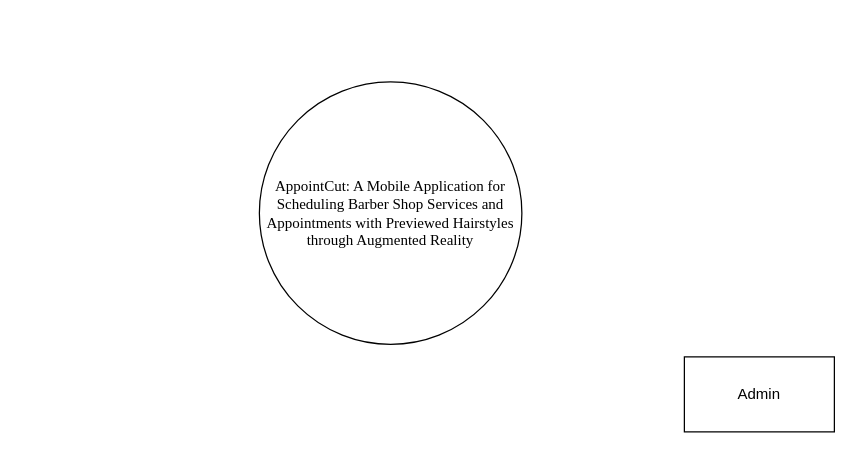
Before: page "CFD-Admin" (2 of 2) of Diagrams/Context.drawio in iampotato16/AppointCut, a draw.io diagram. Source tidied: cells renumbered, new cells numbered last; positions are measured from the earlier drawing's top-left corner, leaving out a move shared by most shapes. Both pictures are drawn from the tidied source at 125%, with x=0, y=0 at pixel (259, 81).
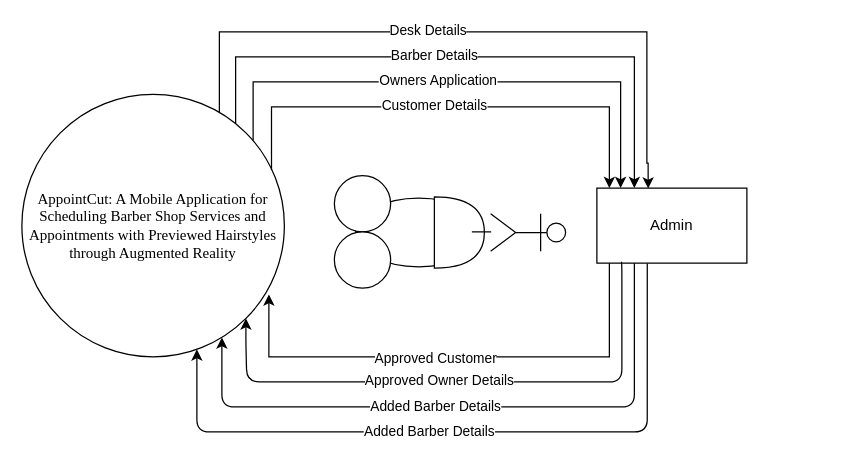
After the change.

Change to the diagram source:
```diff
@@
     <mxCell id="2" value="&lt;font style=&quot;font-size: 12px&quot;&gt;&lt;span style=&quot;font-family: &amp;#34;times new roman&amp;#34; ; color: rgb(0 , 0 , 0) ; background-color: transparent ; font-style: normal ; font-variant: normal ; text-decoration: none ; vertical-align: baseline&quot; id=&quot;docs-internal-guid-279cb4f7-7fff-44b1-516b-acc277abbe0b&quot;&gt;AppointCut: A Mobile Application for Scheduling Barber Shop Services and Appointments with Previewed Hairstyles through Augmented Reality&lt;/span&gt;&lt;/font&gt;" style="ellipse;whiteSpace=wrap;html=1;" parent="1" vertex="1">
-      <mxGeometry width="210" height="210" as="geometry" />
+      <mxGeometry x="-190" y="10" width="210" height="210" as="geometry" />
     </mxCell>
     <mxCell id="3" value="Admin" style="rounded=0;whiteSpace=wrap;html=1;fontSize=12;" parent="1" vertex="1">
-      <mxGeometry x="340" y="220" width="120" height="60" as="geometry" />
+      <mxGeometry x="270" y="85" width="120" height="60" as="geometry" />
     </mxCell>
+    <mxCell id="4" style="endArrow=classic;html=1;rounded=0;edgeStyle=orthogonalEdgeStyle;exitX=0.951;exitY=0.289;exitDx=0;exitDy=0;exitPerimeter=0;" parent="1" edge="1" source="2" target="3">
+      <mxGeometry relative="1" as="geometry">
+        <Array as="points">
+          <mxPoint x="10" y="20" />
+          <mxPoint x="280" y="20" />
+        </Array>
+      </mxGeometry>
+    </mxCell>
+    <mxCell id="5" value="Customer Details" style="edgeLabel;html=1;align=center;verticalAlign=middle;" parent="4" vertex="1">
+      <mxGeometry x="-0.31" y="2" relative="1" as="geometry">
+        <mxPoint x="47" as="offset" />
+      </mxGeometry>
+    </mxCell>
+    <mxCell id="6" style="endArrow=none;html=1;rounded=0;edgeStyle=orthogonalEdgeStyle;endFill=0;startArrow=classic;startFill=1;exitX=0.941;exitY=0.762;exitDx=0;exitDy=0;exitPerimeter=0;" parent="1" edge="1" source="2" target="3">
+      <mxGeometry relative="1" as="geometry">
+        <Array as="points">
+          <mxPoint x="8" y="220" />
+          <mxPoint x="280" y="220" />
+        </Array>
+      </mxGeometry>
+    </mxCell>
+    <mxCell id="7" value="Approved Customer" style="edgeLabel;html=1;align=center;verticalAlign=middle;" parent="6" vertex="1">
+      <mxGeometry x="-0.13" y="-2" relative="1" as="geometry">
+        <mxPoint x="10" y="-2" as="offset" />
+      </mxGeometry>
+    </mxCell>
+    <mxCell id="8" style="endArrow=none;html=1;rounded=1;edgeStyle=orthogonalEdgeStyle;exitX=1;exitY=1;exitDx=0;exitDy=0;startArrow=classic;startFill=1;endFill=0;entryX=0.164;entryY=0.981;entryDx=0;entryDy=0;entryPerimeter=0;" parent="1" edge="1" source="2" target="3">
+      <mxGeometry relative="1" as="geometry">
+        <Array as="points">
+          <mxPoint x="-11" y="210" />
+          <mxPoint x="-10" y="210" />
+          <mxPoint x="-10" y="240" />
+          <mxPoint x="290" y="240" />
+          <mxPoint x="290" y="148" />
+        </Array>
+      </mxGeometry>
+    </mxCell>
+    <mxCell id="9" value="Approved Owner Details" style="edgeLabel;html=1;align=center;verticalAlign=middle;" parent="8" vertex="1">
+      <mxGeometry x="-0.14" y="2" relative="1" as="geometry">
+        <mxPoint x="12" as="offset" />
+      </mxGeometry>
+    </mxCell>
+    <mxCell id="10" style="endArrow=classic;html=1;rounded=0;edgeStyle=orthogonalEdgeStyle;endFill=1;startArrow=none;startFill=0;strokeColor=default;" parent="1" edge="1" source="2" target="3">
+      <mxGeometry relative="1" as="geometry">
+        <Array as="points">
+          <mxPoint x="-5" />
+          <mxPoint x="289" />
+        </Array>
+      </mxGeometry>
+    </mxCell>
+    <mxCell id="11" value="Owners Application" style="edgeLabel;html=1;align=center;verticalAlign=middle;" parent="10" vertex="1">
+      <mxGeometry x="-0.31" y="2" relative="1" as="geometry">
+        <mxPoint x="47" as="offset" />
+      </mxGeometry>
+    </mxCell>
+    <mxCell id="12" style="ellipse;whiteSpace=wrap;html=1;direction=south;rotation=90;" parent="1" vertex="1">
+      <mxGeometry x="100" y="70" width="55" height="101" as="geometry" />
+    </mxCell>
+    <mxCell id="13" style="ellipse;whiteSpace=wrap;html=1;" parent="1" vertex="1">
+      <mxGeometry x="60" y="75" width="45" height="45" as="geometry" />
+    </mxCell>
+    <mxCell id="14" style="ellipse;whiteSpace=wrap;html=1;" parent="1" vertex="1">
+      <mxGeometry x="60" y="120" width="45" height="45" as="geometry" />
+    </mxCell>
+    <mxCell id="15" style="shape=umlActor;verticalLabelPosition=bottom;verticalAlign=top;html=1;rotation=90;" parent="1" vertex="1">
+      <mxGeometry x="200" y="90.5" width="30" height="60" as="geometry" />
+    </mxCell>
+    <mxCell id="16" style="endArrow=classic;html=1;rounded=1;edgeStyle=orthogonalEdgeStyle;exitX=0.25;exitY=1;exitDx=0;exitDy=0;" parent="1" edge="1" source="3" target="2">
+      <mxGeometry relative="1" as="geometry">
+        <Array as="points">
+          <mxPoint x="300" y="260" />
+          <mxPoint x="-30" y="260" />
+        </Array>
+      </mxGeometry>
+    </mxCell>
+    <mxCell id="17" value="Added Barber Details" style="edgeLabel;html=1;align=center;verticalAlign=middle;" parent="16" vertex="1">
+      <mxGeometry x="0.16" y="-1" relative="1" as="geometry">
+        <mxPoint x="15" as="offset" />
+      </mxGeometry>
+    </mxCell>
+    <mxCell id="18" style="shape=or;whiteSpace=wrap;html=1;" parent="1" vertex="1">
+      <mxGeometry x="140" y="92" width="40" height="57" as="geometry" />
+    </mxCell>
+    <mxCell id="19" style="endArrow=none;html=1;rounded=1;edgeStyle=orthogonalEdgeStyle;" parent="1" edge="1">
+      <mxGeometry relative="1" as="geometry">
+        <mxPoint x="170" y="120" as="sourcePoint" />
+        <mxPoint x="170" y="120" as="targetPoint" />
+        <Array as="points">
+          <mxPoint x="190" y="120" />
+          <mxPoint x="170" y="120" />
+        </Array>
+      </mxGeometry>
+    </mxCell>
+    <mxCell id="20" style="endArrow=classic;html=1;rounded=0;edgeStyle=orthogonalEdgeStyle;endFill=1;startArrow=none;startFill=0;entryX=0.25;entryY=0;entryDx=0;entryDy=0;" parent="1" edge="1" source="2" target="3">
+      <mxGeometry relative="1" as="geometry">
+        <Array as="points">
+          <mxPoint x="-19" y="-20" />
+          <mxPoint x="300" y="-20" />
+        </Array>
+      </mxGeometry>
+    </mxCell>
+    <mxCell id="21" value="Barber Details" style="edgeLabel;html=1;align=center;verticalAlign=middle;" parent="20" vertex="1">
+      <mxGeometry x="-0.31" y="2" relative="1" as="geometry">
+        <mxPoint x="47" as="offset" />
+      </mxGeometry>
+    </mxCell>
+    <mxCell id="22" style="endArrow=classic;html=1;rounded=0;edgeStyle=orthogonalEdgeStyle;endFill=1;startArrow=none;startFill=0;entryX=0.342;entryY=0.004;entryDx=0;entryDy=0;entryPerimeter=0;" parent="1" edge="1" source="2" target="3">
+      <mxGeometry relative="1" as="geometry">
+        <Array as="points">
+          <mxPoint x="-32" y="-40" />
+          <mxPoint x="310" y="-40" />
+          <mxPoint x="310" y="65" />
+          <mxPoint x="311" y="65" />
+        </Array>
+      </mxGeometry>
+    </mxCell>
+    <mxCell id="23" value="Desk Details" style="edgeLabel;html=1;align=center;verticalAlign=middle;" parent="22" vertex="1">
+      <mxGeometry x="-0.31" y="2" relative="1" as="geometry">
+        <mxPoint x="47" as="offset" />
+      </mxGeometry>
+    </mxCell>
+    <mxCell id="24" style="endArrow=classic;html=1;rounded=1;edgeStyle=orthogonalEdgeStyle;exitX=0.336;exitY=1.004;exitDx=0;exitDy=0;exitPerimeter=0;" parent="1" edge="1" source="3" target="2">
+      <mxGeometry relative="1" as="geometry">
+        <Array as="points">
+          <mxPoint x="310" y="280" />
+          <mxPoint x="-50" y="280" />
+        </Array>
+      </mxGeometry>
+    </mxCell>
+    <mxCell id="25" value="Added Barber Details" style="edgeLabel;html=1;align=center;verticalAlign=middle;" parent="24" vertex="1">
+      <mxGeometry x="0.16" y="-1" relative="1" as="geometry">
+        <mxPoint x="15" as="offset" />
+      </mxGeometry>
+    </mxCell>
```
